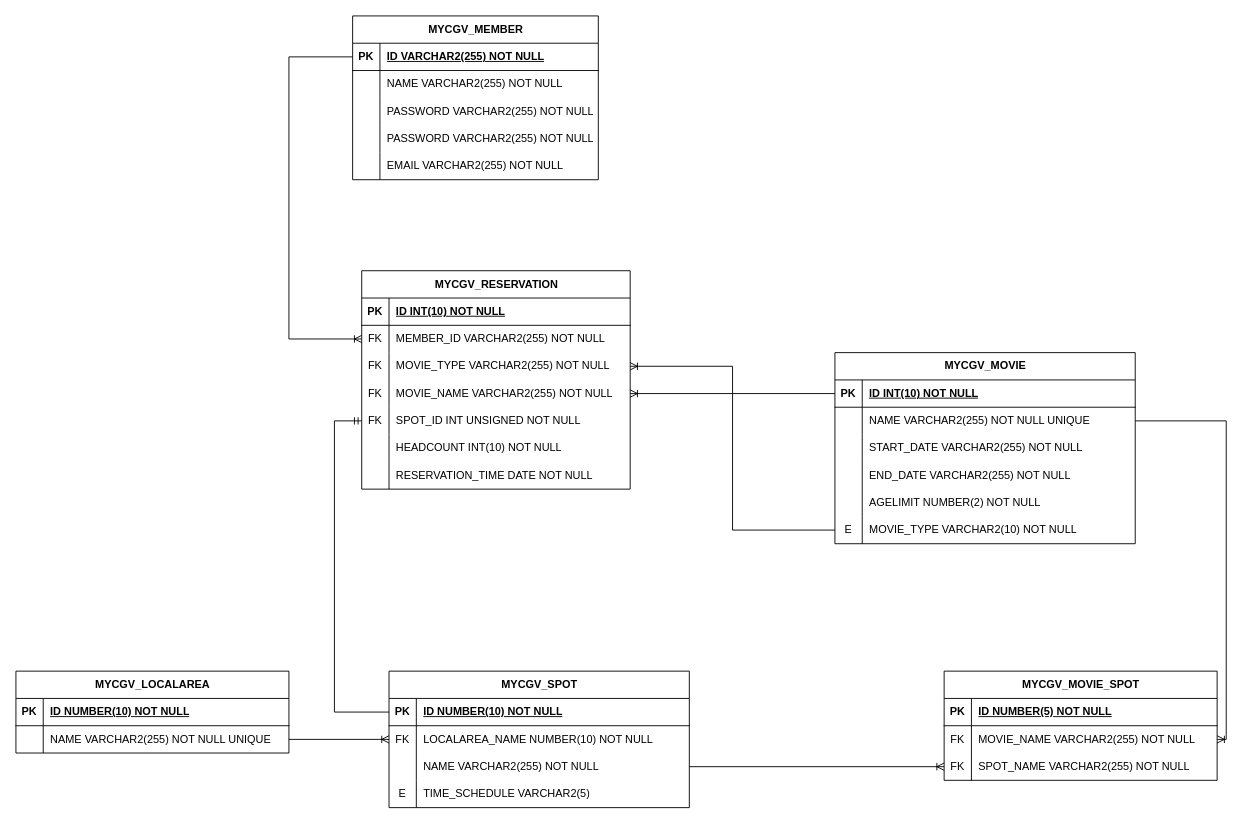
Before: new mycgv_erd.drawio in jaehyeonkim0/mycgv, a draw.io diagram. Source tidied: cells renumbered, new cells numbered last; positions are measured from the earlier drawing's top-left corner, leaving out a move shared by most shapes. Both pictures are drawn from the tidied source at 91%, with x=0, y=0 at pixel (15, 15).
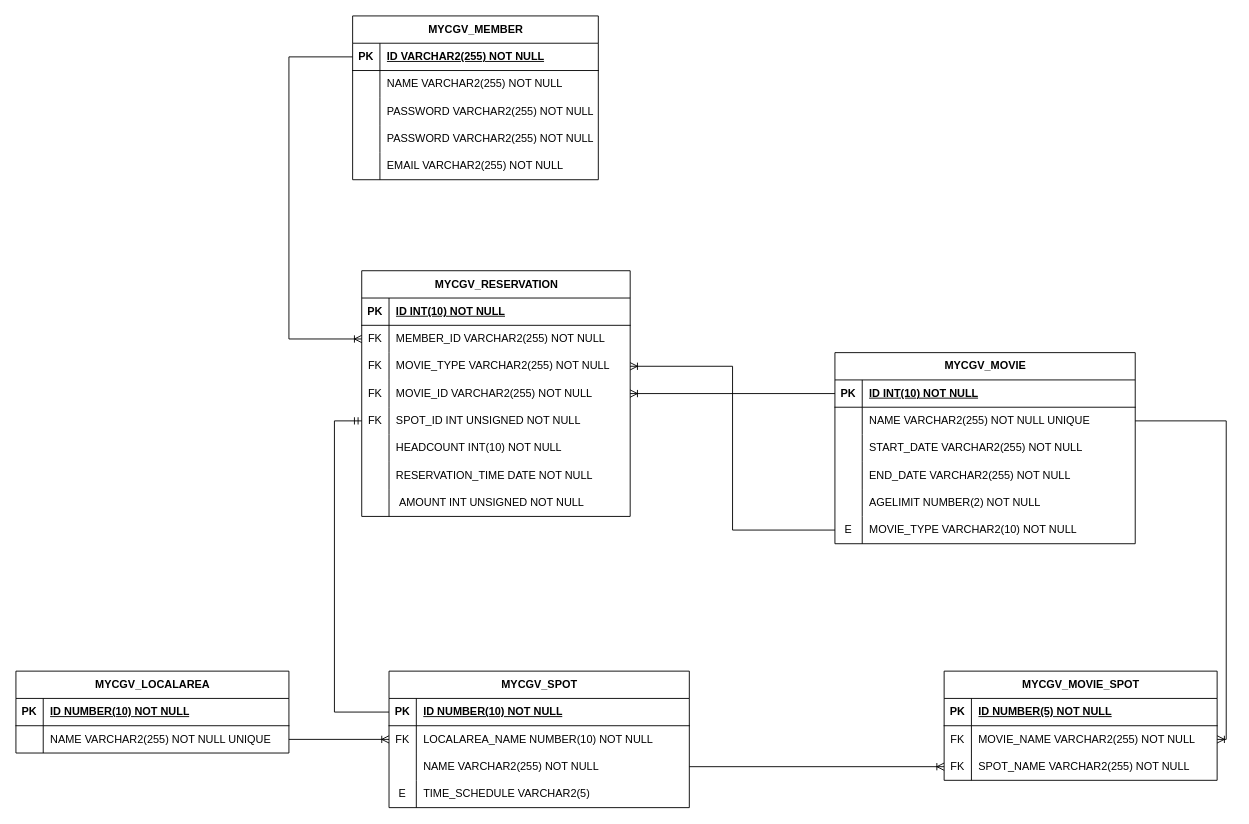
Above is the later version.

Unchanged cells that the change refers to:
```xml
<mxCell id="80" style="shape=tableRow;horizontal=0;startSize=0;swimlaneHead=0;swimlaneBody=0;fillColor=none;points=[[0,0.5],[1,0.5]];portConstraint=eastwest;top=0;left=0;right=0;bottom=0;" parent="70" vertex="1">
  <mxGeometry y="120" width="295" height="30" as="geometry" />
</mxCell>
```

Change to the diagram source:
```diff
@@
     <mxCell id="70" value="MYCGV_RESERVATION" style="shape=table;startSize=30;childLayout=tableLayout;rowLines=0;fontStyle=1;align=center;html=1;" parent="1" vertex="1">
-      <mxGeometry x="380" y="280" width="295" height="240" as="geometry" />
+      <mxGeometry x="380" y="280" width="295" height="270" as="geometry" />
     </mxCell>
@@
-    <mxCell id="82" value="MOVIE_NAME VARCHAR2(255) NOT NULL" style="shape=partialRectangle;fillColor=none;top=0;left=0;bottom=0;right=0;align=left;spacingLeft=6;overflow=hidden;whiteSpace=wrap;html=1;" parent="80" vertex="1">
+    <mxCell id="82" value="MOVIE_ID VARCHAR2(255) NOT NULL" style="shape=partialRectangle;fillColor=none;top=0;left=0;bottom=0;right=0;align=left;spacingLeft=6;overflow=hidden;whiteSpace=wrap;html=1;" parent="80" vertex="1">
       <mxGeometry x="30" width="265" height="30" as="geometry" />
     </mxCell>
@@
+    <mxCell id="96" style="shape=tableRow;horizontal=0;startSize=0;swimlaneHead=0;swimlaneBody=0;fillColor=none;top=0;left=0;right=0;bottom=0;" parent="70" vertex="1">
+      <mxGeometry y="240" width="295" height="30" as="geometry" />
+    </mxCell>
+    <mxCell id="97" style="shape=partialRectangle;fillColor=none;top=0;left=0;bottom=0;right=0;overflow=hidden;whiteSpace=wrap;html=1;" parent="96" vertex="1">
+      <mxGeometry width="30" height="30" as="geometry" />
+    </mxCell>
+    <mxCell id="98" value="&amp;nbsp;AMOUNT INT UNSIGNED NOT NULL" style="shape=partialRectangle;fillColor=none;top=0;left=0;bottom=0;right=0;align=left;spacingLeft=6;overflow=hidden;whiteSpace=wrap;html=1;" parent="96" vertex="1">
+      <mxGeometry x="30" width="265" height="30" as="geometry" />
+    </mxCell>
```
